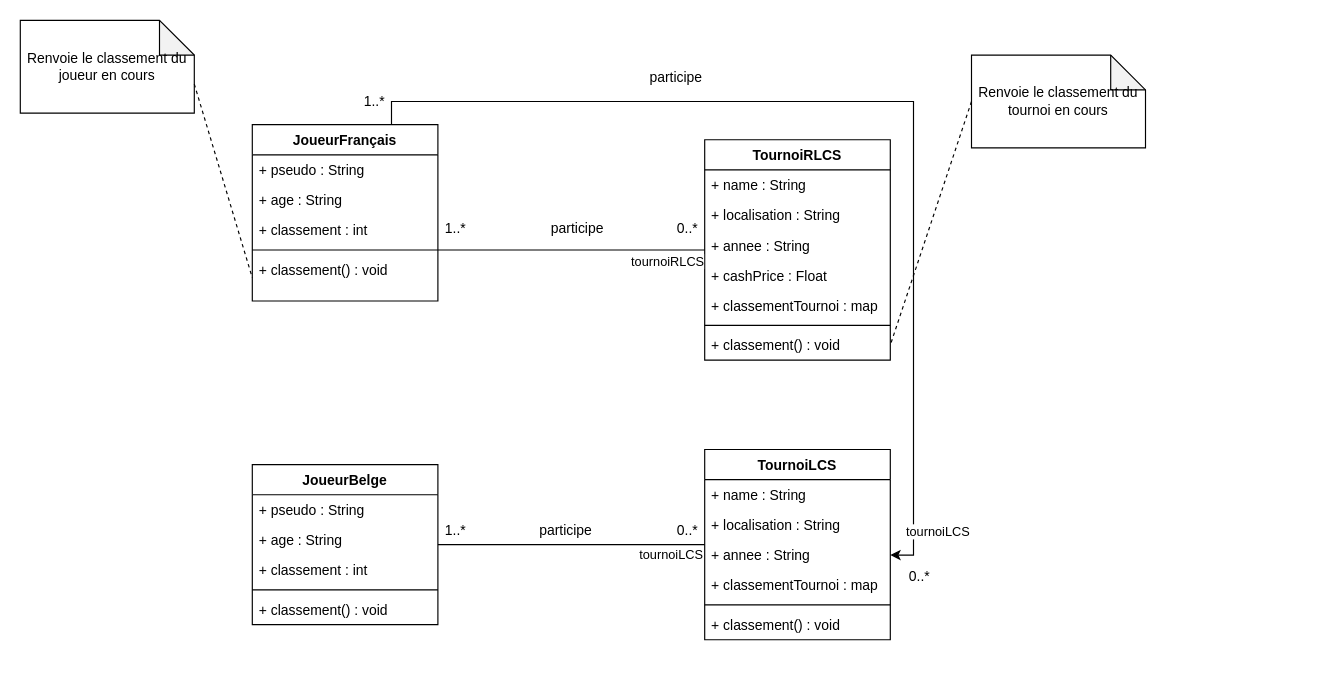
This is hai916i-uml-refactoring-simple.drawio from Beauget/HAI916I_TP_UML_Refactoring, a draw.io file, before an edit. Source tidied: cells renumbered, new cells numbered last; positions are measured from the earlier drawing's top-left corner, leaving out a move shared by most shapes. Both pictures are drawn from the tidied source at 116%, with x=0, y=0 at pixel (20, 20).
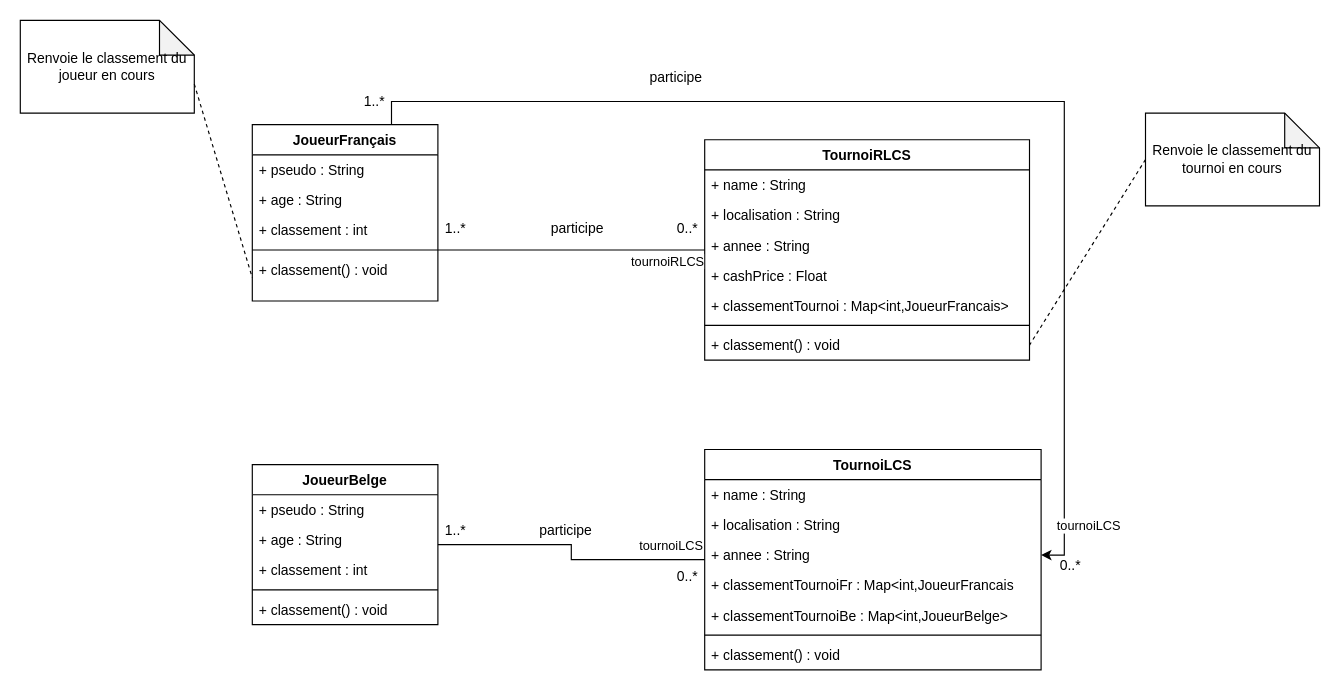
After the change.

Commit message (it also covers changes not shown here):
correction UML diagram

The edit, as a diff of the source:
```diff
@@
     <mxCell id="17" value="TournoiLCS" style="swimlane;fontStyle=1;align=center;verticalAlign=top;horizontal=1;startSize=26;" parent="1" vertex="1">
-      <mxGeometry x="590" y="370" width="160" height="164" as="geometry" />
+      <mxGeometry x="590" y="370" width="290" height="190" as="geometry" />
     </mxCell>
     <mxCell id="18" value="+ name : String" style="text;strokeColor=none;fillColor=none;align=left;verticalAlign=top;spacingLeft=4;spacingRight=4;overflow=hidden;" parent="17" vertex="1">
-      <mxGeometry y="26" width="160" height="26" as="geometry" />
+      <mxGeometry y="26" width="290" height="26" as="geometry" />
     </mxCell>
     <mxCell id="19" value="+ localisation : String" style="text;strokeColor=none;fillColor=none;align=left;verticalAlign=top;spacingLeft=4;spacingRight=4;overflow=hidden;" parent="17" vertex="1">
-      <mxGeometry y="52" width="160" height="26" as="geometry" />
+      <mxGeometry y="52" width="290" height="26" as="geometry" />
     </mxCell>
     <mxCell id="20" value="+ annee : String" style="text;strokeColor=none;fillColor=none;align=left;verticalAlign=top;spacingLeft=4;spacingRight=4;overflow=hidden;points=[[0,0.5],[1,0.5]];portConstraint=eastwest;" parent="17" vertex="1">
-      <mxGeometry y="78" width="160" height="26" as="geometry" />
+      <mxGeometry y="78" width="290" height="26" as="geometry" />
     </mxCell>
-    <mxCell id="21" value="+ classementTournoi : map" style="text;strokeColor=none;fillColor=none;align=left;verticalAlign=top;spacingLeft=4;spacingRight=4;overflow=hidden;" parent="17" vertex="1">
-      <mxGeometry y="104" width="160" height="26" as="geometry" />
-    </mxCell>
+    <mxCell id="48" value="+ classementTournoiFr : Map&lt;int,JoueurFrancais" style="text;strokeColor=none;fillColor=none;align=left;verticalAlign=top;spacingLeft=4;spacingRight=4;overflow=hidden;" parent="17" vertex="1">
+      <mxGeometry y="104" width="290" height="26" as="geometry" />
+    </mxCell>
+    <mxCell id="49" value="+ classementTournoiBe : Map&lt;int,JoueurBelge&gt;" style="text;strokeColor=none;fillColor=none;align=left;verticalAlign=top;spacingLeft=4;spacingRight=4;overflow=hidden;" parent="17" vertex="1">
+      <mxGeometry y="130" width="290" height="26" as="geometry" />
+    </mxCell>
     <mxCell id="22" style="line;strokeWidth=1;fillColor=none;align=left;verticalAlign=middle;spacingTop=-1;spacingLeft=3;spacingRight=3;labelPosition=right;" parent="17" vertex="1">
-      <mxGeometry y="130" width="160" height="8" as="geometry" />
+      <mxGeometry y="156" width="290" height="8" as="geometry" />
     </mxCell>
     <mxCell id="23" value="+ classement() : void" style="text;strokeColor=none;fillColor=none;align=left;verticalAlign=top;spacingLeft=4;spacingRight=4;overflow=hidden;" parent="17" vertex="1">
-      <mxGeometry y="138" width="160" height="26" as="geometry" />
+      <mxGeometry y="164" width="290" height="26" as="geometry" />
     </mxCell>
     <mxCell id="24" value="TournoiRLCS" style="swimlane;fontStyle=1;align=center;verticalAlign=top;horizontal=1;startSize=26;" parent="1" vertex="1">
-      <mxGeometry x="590" y="103" width="160" height="190" as="geometry" />
+      <mxGeometry x="590" y="103" width="280" height="190" as="geometry" />
     </mxCell>
     <mxCell id="25" value="+ name : String" style="text;strokeColor=none;fillColor=none;align=left;verticalAlign=top;spacingLeft=4;spacingRight=4;overflow=hidden;" parent="24" vertex="1">
-      <mxGeometry y="26" width="160" height="26" as="geometry" />
+      <mxGeometry y="26" width="280" height="26" as="geometry" />
     </mxCell>
     <mxCell id="26" value="+ localisation : String" style="text;strokeColor=none;fillColor=none;align=left;verticalAlign=top;spacingLeft=4;spacingRight=4;overflow=hidden;" parent="24" vertex="1">
-      <mxGeometry y="52" width="160" height="26" as="geometry" />
+      <mxGeometry y="52" width="280" height="26" as="geometry" />
     </mxCell>
     <mxCell id="27" value="+ annee : String" style="text;strokeColor=none;fillColor=none;align=left;verticalAlign=top;spacingLeft=4;spacingRight=4;overflow=hidden;" parent="24" vertex="1">
-      <mxGeometry y="78" width="160" height="26" as="geometry" />
+      <mxGeometry y="78" width="280" height="26" as="geometry" />
     </mxCell>
     <mxCell id="28" value="+ cashPrice : Float" style="text;strokeColor=none;fillColor=none;align=left;verticalAlign=top;spacingLeft=4;spacingRight=4;overflow=hidden;" parent="24" vertex="1">
-      <mxGeometry y="104" width="160" height="26" as="geometry" />
+      <mxGeometry y="104" width="280" height="26" as="geometry" />
     </mxCell>
-    <mxCell id="29" value="+ classementTournoi : map" style="text;strokeColor=none;fillColor=none;align=left;verticalAlign=top;spacingLeft=4;spacingRight=4;overflow=hidden;" parent="24" vertex="1">
-      <mxGeometry y="130" width="160" height="26" as="geometry" />
+    <mxCell id="29" value="+ classementTournoi : Map&lt;int,JoueurFrancais&gt;" style="text;strokeColor=none;fillColor=none;align=left;verticalAlign=top;spacingLeft=4;spacingRight=4;overflow=hidden;" parent="24" vertex="1">
+      <mxGeometry y="130" width="280" height="26" as="geometry" />
     </mxCell>
     <mxCell id="30" style="line;strokeWidth=1;fillColor=none;align=left;verticalAlign=middle;spacingTop=-1;spacingLeft=3;spacingRight=3;labelPosition=right;" parent="24" vertex="1">
-      <mxGeometry y="156" width="160" height="8" as="geometry" />
+      <mxGeometry y="156" width="280" height="8" as="geometry" />
     </mxCell>
     <mxCell id="31" value="+ classement() : void" style="text;strokeColor=none;fillColor=none;align=left;verticalAlign=top;spacingLeft=4;spacingRight=4;overflow=hidden;points=[[0,0.5],[1,0.5]];portConstraint=eastwest;" parent="24" vertex="1">
-      <mxGeometry y="164" width="160" height="26" as="geometry" />
+      <mxGeometry y="164" width="280" height="26" as="geometry" />
     </mxCell>
@@
     <mxCell id="37" value="0..*" style="text;html=1;align=center;verticalAlign=middle;strokeColor=none;fillColor=none;" parent="1" vertex="1">
-      <mxGeometry x="560" y="430" width="30" height="20" as="geometry" />
+      <mxGeometry x="560" y="470" width="30" height="20" as="geometry" />
     </mxCell>
@@
     <mxCell id="41" value="0..*" style="text;html=1;align=center;verticalAlign=middle;strokeColor=none;fillColor=none;" parent="1" vertex="1">
-      <mxGeometry x="760" y="470" width="30" height="20" as="geometry" />
+      <mxGeometry x="890" y="460" width="30" height="20" as="geometry" />
     </mxCell>
@@
     <mxCell id="45" value="Renvoie le classement du tournoi en cours" style="shape=note;whiteSpace=wrap;html=1;backgroundOutline=1;darkOpacity=0.05;direction=east;" parent="1" vertex="1">
-      <mxGeometry x="820" y="30" width="150" height="80" as="geometry" />
+      <mxGeometry x="970" y="80" width="150" height="80" as="geometry" />
     </mxCell>
@@
     <mxCell id="47" value="tournoiLCS" style="edgeLabel;html=1;align=center;verticalAlign=middle;" parent="1" vertex="1">
-      <mxGeometry x="560" y="460" as="geometry" />
+      <mxGeometry x="560" y="452" as="geometry" />
     </mxCell>
```
